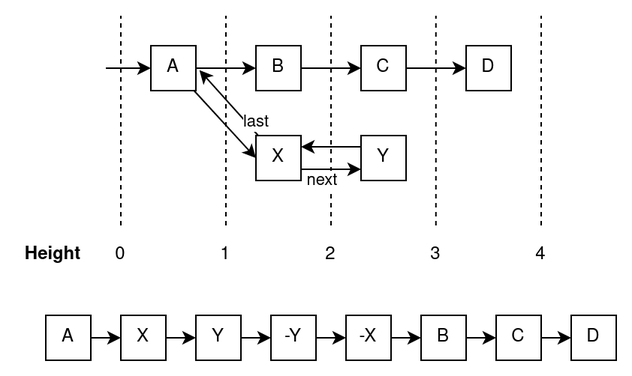
Above: resources/handling-reorgs.png in proxima-one/stream-client-js (draw.io), before the change. Source tidied: cells renumbered, new cells last; positions are measured from the earlier drawing's top-left corner, leaving out a move shared by most shapes. Source of this version:
```xml
<mxGraphModel>
  <root>
    <mxCell id="0" />
    <mxCell id="1" parent="0" />
    <mxCell id="2" style="endArrow=none;dashed=1;html=1;rounded=0;" parent="1" edge="1">
      <mxGeometry relative="1" as="geometry">
        <mxPoint x="210" y="140" as="sourcePoint" />
        <mxPoint x="210" as="targetPoint" />
      </mxGeometry>
    </mxCell>
    <mxCell id="3" style="edgeStyle=none;rounded=0;jettySize=auto;html=1;entryX=0;entryY=0.5;entryDx=0;entryDy=0;" parent="1" edge="1" source="6" target="15">
      <mxGeometry relative="1" as="geometry" />
    </mxCell>
    <mxCell id="4" style="edgeStyle=none;rounded=0;jettySize=auto;html=1;entryX=0;entryY=0.5;entryDx=0;entryDy=0;" parent="1" edge="1" source="6" target="8">
      <mxGeometry relative="1" as="geometry" />
    </mxCell>
    <mxCell id="5" style="edgeStyle=none;rounded=0;jettySize=auto;html=1;" parent="1" edge="1" target="6">
      <mxGeometry relative="1" as="geometry">
        <mxPoint x="60" y="35" as="sourcePoint" />
      </mxGeometry>
    </mxCell>
    <mxCell id="6" value="A" style="rounded=0;whiteSpace=wrap;html=1;shadow=0;glass=0;fillStyle=solid;strokeColor=default;fillColor=default;" parent="1" vertex="1">
      <mxGeometry x="90" y="20" width="30" height="30" as="geometry" />
    </mxCell>
    <mxCell id="7" style="edgeStyle=none;rounded=0;jettySize=auto;html=1;entryX=0;entryY=0.5;entryDx=0;entryDy=0;" parent="1" edge="1" source="8" target="10">
      <mxGeometry relative="1" as="geometry" />
    </mxCell>
    <mxCell id="8" value="B" style="rounded=0;whiteSpace=wrap;html=1;shadow=0;glass=0;fillStyle=solid;strokeColor=default;fillColor=default;" parent="1" vertex="1">
      <mxGeometry x="160" y="20" width="30" height="30" as="geometry" />
    </mxCell>
    <mxCell id="9" style="edgeStyle=none;rounded=0;jettySize=auto;html=1;entryX=0;entryY=0.5;entryDx=0;entryDy=0;" parent="1" edge="1" source="10" target="18">
      <mxGeometry relative="1" as="geometry" />
    </mxCell>
    <mxCell id="10" value="C" style="rounded=0;whiteSpace=wrap;html=1;shadow=0;glass=0;fillStyle=solid;strokeColor=default;fillColor=default;" parent="1" vertex="1">
      <mxGeometry x="230" y="20" width="30" height="30" as="geometry" />
    </mxCell>
    <mxCell id="11" style="edgeStyle=none;rounded=0;jettySize=auto;html=1;entryX=1.078;entryY=0.544;entryDx=0;entryDy=0;entryPerimeter=0;" parent="1" edge="1" source="15" target="6">
      <mxGeometry relative="1" as="geometry" />
    </mxCell>
    <mxCell id="12" value="last" style="edgeLabel;html=1;align=center;verticalAlign=middle;" parent="11" vertex="1">
      <mxGeometry x="-0.2" y="1" relative="1" as="geometry">
        <mxPoint x="15" y="7" as="offset" />
      </mxGeometry>
    </mxCell>
    <mxCell id="13" style="edgeStyle=none;rounded=0;jettySize=auto;html=1;entryX=0;entryY=0.75;entryDx=0;entryDy=0;exitX=1;exitY=0.75;exitDx=0;exitDy=0;" parent="1" edge="1" source="15" target="17">
      <mxGeometry relative="1" as="geometry" />
    </mxCell>
    <mxCell id="14" value="&lt;div&gt;next&lt;/div&gt;" style="edgeLabel;html=1;align=center;verticalAlign=middle;labelBackgroundColor=#FFFFFF;labelBorderColor=none;" parent="13" vertex="1">
      <mxGeometry x="0.29" y="-1" relative="1" as="geometry">
        <mxPoint x="-12" y="6" as="offset" />
      </mxGeometry>
    </mxCell>
    <mxCell id="15" value="X" style="rounded=0;whiteSpace=wrap;html=1;shadow=0;glass=0;fillStyle=solid;strokeColor=default;fillColor=default;" parent="1" vertex="1">
      <mxGeometry x="160" y="80" width="30" height="30" as="geometry" />
    </mxCell>
    <mxCell id="16" style="edgeStyle=none;rounded=0;jettySize=auto;html=1;entryX=1;entryY=0.25;entryDx=0;entryDy=0;exitX=0;exitY=0.25;exitDx=0;exitDy=0;" parent="1" edge="1" source="17" target="15">
      <mxGeometry relative="1" as="geometry" />
    </mxCell>
    <mxCell id="17" value="Y" style="rounded=0;whiteSpace=wrap;html=1;shadow=0;glass=0;fillStyle=solid;strokeColor=default;fillColor=default;" parent="1" vertex="1">
      <mxGeometry x="230" y="80" width="30" height="30" as="geometry" />
    </mxCell>
    <mxCell id="18" value="D" style="rounded=0;whiteSpace=wrap;html=1;shadow=0;glass=0;fillStyle=solid;strokeColor=default;fillColor=default;" parent="1" vertex="1">
      <mxGeometry x="300" y="20" width="30" height="30" as="geometry" />
    </mxCell>
    <mxCell id="19" value="&amp;nbsp;" style="text;whiteSpace=wrap;html=1;" parent="1" vertex="1">
      <mxGeometry x="60" y="110" width="40" height="40" as="geometry" />
    </mxCell>
    <mxCell id="20" style="endArrow=none;dashed=1;html=1;rounded=0;" parent="1" edge="1">
      <mxGeometry relative="1" as="geometry">
        <mxPoint x="140" y="140" as="sourcePoint" />
        <mxPoint x="140" as="targetPoint" />
      </mxGeometry>
    </mxCell>
    <mxCell id="21" style="endArrow=none;dashed=1;html=1;rounded=0;" parent="1" edge="1">
      <mxGeometry relative="1" as="geometry">
        <mxPoint x="279.9" y="140" as="sourcePoint" />
        <mxPoint x="279.9" as="targetPoint" />
      </mxGeometry>
    </mxCell>
    <mxCell id="22" style="endArrow=none;dashed=1;html=1;rounded=0;" parent="1" edge="1">
      <mxGeometry relative="1" as="geometry">
        <mxPoint x="70" y="140" as="sourcePoint" />
        <mxPoint x="70" as="targetPoint" />
      </mxGeometry>
    </mxCell>
    <mxCell id="23" value="Height" style="text;html=1;strokeColor=none;fillColor=none;align=center;verticalAlign=middle;whiteSpace=wrap;rounded=0;shadow=0;glass=0;fillStyle=solid;fontStyle=1;" parent="1" vertex="1">
      <mxGeometry y="150" width="50" height="20" as="geometry" />
    </mxCell>
    <mxCell id="24" style="edgeStyle=none;rounded=0;jettySize=auto;html=1;entryX=0;entryY=0.5;entryDx=0;entryDy=0;" parent="1" edge="1" source="25" target="27">
      <mxGeometry relative="1" as="geometry" />
    </mxCell>
    <mxCell id="25" value="A" style="rounded=0;whiteSpace=wrap;html=1;shadow=0;glass=0;fillStyle=solid;strokeColor=default;fillColor=default;" parent="1" vertex="1">
      <mxGeometry x="20" y="200" width="30" height="30" as="geometry" />
    </mxCell>
    <mxCell id="26" style="edgeStyle=none;rounded=0;jettySize=auto;html=1;entryX=0;entryY=0.5;entryDx=0;entryDy=0;" parent="1" edge="1" source="27" target="29">
      <mxGeometry relative="1" as="geometry" />
    </mxCell>
    <mxCell id="27" value="X" style="rounded=0;whiteSpace=wrap;html=1;shadow=0;glass=0;fillStyle=solid;strokeColor=default;fillColor=default;" parent="1" vertex="1">
      <mxGeometry x="70" y="200" width="30" height="30" as="geometry" />
    </mxCell>
    <mxCell id="28" style="edgeStyle=none;rounded=0;jettySize=auto;html=1;entryX=0;entryY=0.5;entryDx=0;entryDy=0;" parent="1" edge="1" source="29" target="31">
      <mxGeometry relative="1" as="geometry" />
    </mxCell>
    <mxCell id="29" value="Y" style="rounded=0;whiteSpace=wrap;html=1;shadow=0;glass=0;fillStyle=solid;strokeColor=default;fillColor=default;" parent="1" vertex="1">
      <mxGeometry x="120" y="200" width="30" height="30" as="geometry" />
    </mxCell>
    <mxCell id="30" style="edgeStyle=none;rounded=0;jettySize=auto;html=1;entryX=0;entryY=0.5;entryDx=0;entryDy=0;" parent="1" edge="1" source="31" target="33">
      <mxGeometry relative="1" as="geometry" />
    </mxCell>
    <mxCell id="31" value="&lt;div&gt;-Y&lt;/div&gt;" style="rounded=0;whiteSpace=wrap;html=1;shadow=0;glass=0;fillStyle=solid;strokeColor=default;fillColor=default;" parent="1" vertex="1">
      <mxGeometry x="170" y="200" width="30" height="30" as="geometry" />
    </mxCell>
    <mxCell id="32" style="edgeStyle=none;rounded=0;jettySize=auto;html=1;entryX=0;entryY=0.5;entryDx=0;entryDy=0;" parent="1" edge="1" source="33" target="35">
      <mxGeometry relative="1" as="geometry" />
    </mxCell>
    <mxCell id="33" value="-X" style="rounded=0;whiteSpace=wrap;html=1;shadow=0;glass=0;fillStyle=solid;strokeColor=default;fillColor=default;" parent="1" vertex="1">
      <mxGeometry x="220" y="200" width="30" height="30" as="geometry" />
    </mxCell>
    <mxCell id="34" style="edgeStyle=none;rounded=0;jettySize=auto;html=1;entryX=0;entryY=0.5;entryDx=0;entryDy=0;" parent="1" edge="1" source="35" target="37">
      <mxGeometry relative="1" as="geometry" />
    </mxCell>
    <mxCell id="35" value="B" style="rounded=0;whiteSpace=wrap;html=1;shadow=0;glass=0;fillStyle=solid;strokeColor=default;fillColor=default;" parent="1" vertex="1">
      <mxGeometry x="270" y="200" width="30" height="30" as="geometry" />
    </mxCell>
    <mxCell id="36" style="edgeStyle=none;rounded=0;jettySize=auto;html=1;entryX=0;entryY=0.5;entryDx=0;entryDy=0;" parent="1" edge="1" source="37" target="38">
      <mxGeometry relative="1" as="geometry" />
    </mxCell>
    <mxCell id="37" value="C" style="rounded=0;whiteSpace=wrap;html=1;shadow=0;glass=0;fillStyle=solid;strokeColor=default;fillColor=default;" parent="1" vertex="1">
      <mxGeometry x="320" y="200" width="30" height="30" as="geometry" />
    </mxCell>
    <mxCell id="38" value="D" style="rounded=0;whiteSpace=wrap;html=1;shadow=0;glass=0;fillStyle=solid;strokeColor=default;fillColor=default;" parent="1" vertex="1">
      <mxGeometry x="370" y="200" width="30" height="30" as="geometry" />
    </mxCell>
    <mxCell id="39" style="endArrow=none;dashed=1;html=1;rounded=0;" parent="1" edge="1">
      <mxGeometry relative="1" as="geometry">
        <mxPoint x="350" y="140" as="sourcePoint" />
        <mxPoint x="350" as="targetPoint" />
      </mxGeometry>
    </mxCell>
    <mxCell id="40" value="4" style="text;html=1;strokeColor=none;fillColor=none;align=center;verticalAlign=middle;whiteSpace=wrap;rounded=0;shadow=0;glass=0;fillStyle=solid;" parent="1" vertex="1">
      <mxGeometry x="340" y="150" width="20" height="20" as="geometry" />
    </mxCell>
    <mxCell id="41" value="3" style="text;html=1;strokeColor=none;fillColor=none;align=center;verticalAlign=middle;whiteSpace=wrap;rounded=0;shadow=0;glass=0;fillStyle=solid;" parent="1" vertex="1">
      <mxGeometry x="270" y="150" width="20" height="20" as="geometry" />
    </mxCell>
    <mxCell id="42" value="2" style="text;html=1;strokeColor=none;fillColor=none;align=center;verticalAlign=middle;whiteSpace=wrap;rounded=0;shadow=0;glass=0;fillStyle=solid;" parent="1" vertex="1">
      <mxGeometry x="200" y="150" width="20" height="20" as="geometry" />
    </mxCell>
    <mxCell id="43" value="1" style="text;html=1;strokeColor=none;fillColor=none;align=center;verticalAlign=middle;whiteSpace=wrap;rounded=0;shadow=0;glass=0;fillStyle=solid;" parent="1" vertex="1">
      <mxGeometry x="130" y="150" width="20" height="20" as="geometry" />
    </mxCell>
    <mxCell id="44" value="0" style="text;html=1;strokeColor=none;fillColor=none;align=center;verticalAlign=middle;whiteSpace=wrap;rounded=0;shadow=0;glass=0;fillStyle=solid;" parent="1" vertex="1">
      <mxGeometry x="60" y="150" width="20" height="20" as="geometry" />
    </mxCell>
  </root>
</mxGraphModel>
```
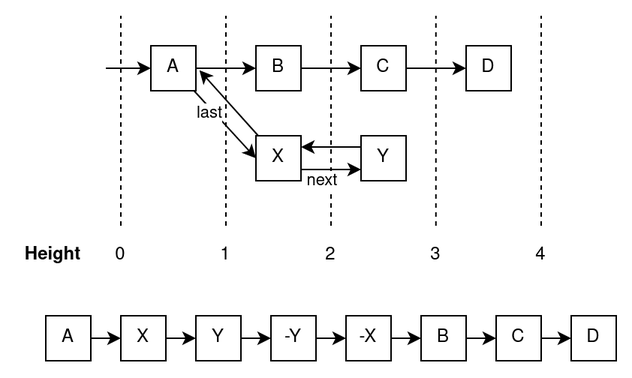
The same file after the commit.

Change to the diagram source:
```diff
@@ -8,39 +8,39 @@
         <mxPoint x="210" as="targetPoint" />
       </mxGeometry>
     </mxCell>
-    <mxCell id="3" style="edgeStyle=none;rounded=0;jettySize=auto;html=1;entryX=0;entryY=0.5;entryDx=0;entryDy=0;" parent="1" edge="1" source="6" target="15">
+    <mxCell id="3" style="edgeStyle=none;rounded=0;jettySize=auto;html=1;entryX=0;entryY=0.5;entryDx=0;entryDy=0;" parent="1" edge="1" source="7" target="15">
       <mxGeometry relative="1" as="geometry" />
     </mxCell>
-    <mxCell id="4" style="edgeStyle=none;rounded=0;jettySize=auto;html=1;entryX=0;entryY=0.5;entryDx=0;entryDy=0;" parent="1" edge="1" source="6" target="8">
-      <mxGeometry relative="1" as="geometry" />
+    <mxCell id="4" value="last" style="edgeLabel;html=1;align=center;verticalAlign=middle;" parent="3" vertex="1">
+      <mxGeometry x="0.33" y="1" relative="1" as="geometry">
+        <mxPoint x="-18" y="-14" as="offset" />
+      </mxGeometry>
     </mxCell>
-    <mxCell id="5" style="edgeStyle=none;rounded=0;jettySize=auto;html=1;" parent="1" edge="1" target="6">
-      <mxGeometry relative="1" as="geometry">
-        <mxPoint x="60" y="35" as="sourcePoint" />
-      </mxGeometry>
+    <mxCell id="5" style="edgeStyle=none;rounded=0;jettySize=auto;html=1;entryX=0;entryY=0.5;entryDx=0;entryDy=0;" parent="1" edge="1" source="7" target="9">
+      <mxGeometry relative="1" as="geometry" />
     </mxCell>
-    <mxCell id="6" value="A" style="rounded=0;whiteSpace=wrap;html=1;shadow=0;glass=0;fillStyle=solid;strokeColor=default;fillColor=default;" parent="1" vertex="1">
-      <mxGeometry x="90" y="20" width="30" height="30" as="geometry" />
+    <mxCell id="6" style="edgeStyle=none;rounded=0;jettySize=auto;html=1;" parent="1" edge="1" target="7">
+      <mxGeometry relative="1" as="geometry">
+        <mxPoint x="60" y="35" as="sourcePoint" />
+      </mxGeometry>
     </mxCell>
-    <mxCell id="7" style="edgeStyle=none;rounded=0;jettySize=auto;html=1;entryX=0;entryY=0.5;entryDx=0;entryDy=0;" parent="1" edge="1" source="8" target="10">
-      <mxGeometry relative="1" as="geometry" />
+    <mxCell id="7" value="A" style="rounded=0;whiteSpace=wrap;html=1;shadow=0;glass=0;fillStyle=solid;strokeColor=default;fillColor=default;" parent="1" vertex="1">
+      <mxGeometry x="90" y="20" width="30" height="30" as="geometry" />
     </mxCell>
-    <mxCell id="8" value="B" style="rounded=0;whiteSpace=wrap;html=1;shadow=0;glass=0;fillStyle=solid;strokeColor=default;fillColor=default;" parent="1" vertex="1">
-      <mxGeometry x="160" y="20" width="30" height="30" as="geometry" />
+    <mxCell id="8" style="edgeStyle=none;rounded=0;jettySize=auto;html=1;entryX=0;entryY=0.5;entryDx=0;entryDy=0;" parent="1" edge="1" source="9" target="11">
+      <mxGeometry relative="1" as="geometry" />
     </mxCell>
-    <mxCell id="9" style="edgeStyle=none;rounded=0;jettySize=auto;html=1;entryX=0;entryY=0.5;entryDx=0;entryDy=0;" parent="1" edge="1" source="10" target="18">
-      <mxGeometry relative="1" as="geometry" />
+    <mxCell id="9" value="B" style="rounded=0;whiteSpace=wrap;html=1;shadow=0;glass=0;fillStyle=solid;strokeColor=default;fillColor=default;" parent="1" vertex="1">
+      <mxGeometry x="160" y="20" width="30" height="30" as="geometry" />
     </mxCell>
-    <mxCell id="10" value="C" style="rounded=0;whiteSpace=wrap;html=1;shadow=0;glass=0;fillStyle=solid;strokeColor=default;fillColor=default;" parent="1" vertex="1">
-      <mxGeometry x="230" y="20" width="30" height="30" as="geometry" />
+    <mxCell id="10" style="edgeStyle=none;rounded=0;jettySize=auto;html=1;entryX=0;entryY=0.5;entryDx=0;entryDy=0;" parent="1" edge="1" source="11" target="18">
+      <mxGeometry relative="1" as="geometry" />
     </mxCell>
-    <mxCell id="11" style="edgeStyle=none;rounded=0;jettySize=auto;html=1;entryX=1.078;entryY=0.544;entryDx=0;entryDy=0;entryPerimeter=0;" parent="1" edge="1" source="15" target="6">
-      <mxGeometry relative="1" as="geometry" />
+    <mxCell id="11" value="C" style="rounded=0;whiteSpace=wrap;html=1;shadow=0;glass=0;fillStyle=solid;strokeColor=default;fillColor=default;" parent="1" vertex="1">
+      <mxGeometry x="230" y="20" width="30" height="30" as="geometry" />
     </mxCell>
-    <mxCell id="12" value="last" style="edgeLabel;html=1;align=center;verticalAlign=middle;" parent="11" vertex="1">
-      <mxGeometry x="-0.2" y="1" relative="1" as="geometry">
-        <mxPoint x="15" y="7" as="offset" />
-      </mxGeometry>
+    <mxCell id="12" style="edgeStyle=none;rounded=0;jettySize=auto;html=1;entryX=1.078;entryY=0.544;entryDx=0;entryDy=0;entryPerimeter=0;" parent="1" edge="1" source="15" target="7">
+      <mxGeometry relative="1" as="geometry" />
     </mxCell>
     <mxCell id="13" style="edgeStyle=none;rounded=0;jettySize=auto;html=1;entryX=0;entryY=0.75;entryDx=0;entryDy=0;exitX=1;exitY=0.75;exitDx=0;exitDy=0;" parent="1" edge="1" source="15" target="17">
       <mxGeometry relative="1" as="geometry" />
```
